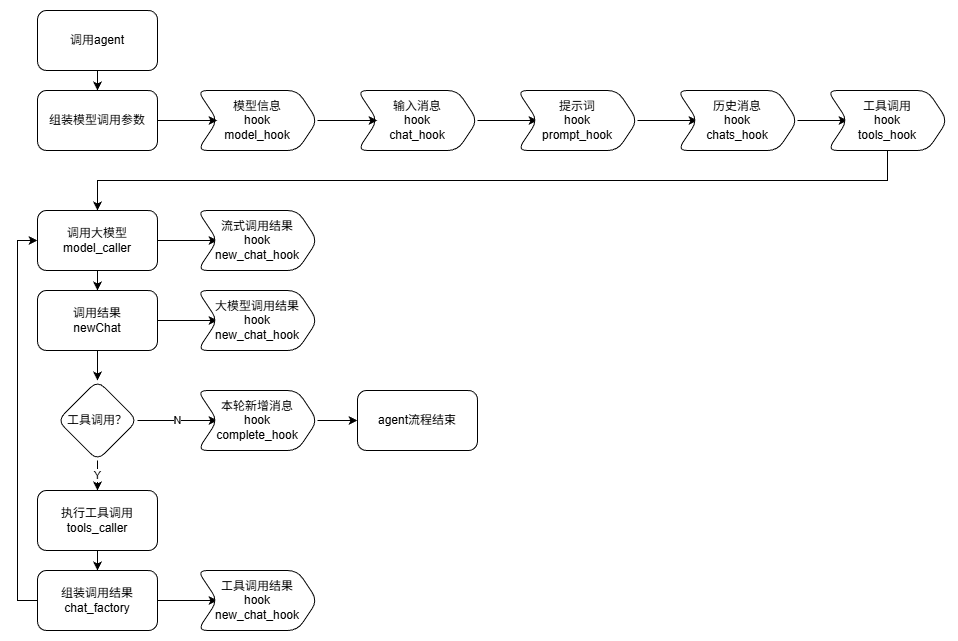
Before: docs/design/agent流程图.drawio.png, a diagram exported from draw.io (PuTongGithub/genban-server). Source tidied: cells renumbered, new cells last; positions are measured from the earlier drawing's top-left corner, leaving out a move shared by most shapes.
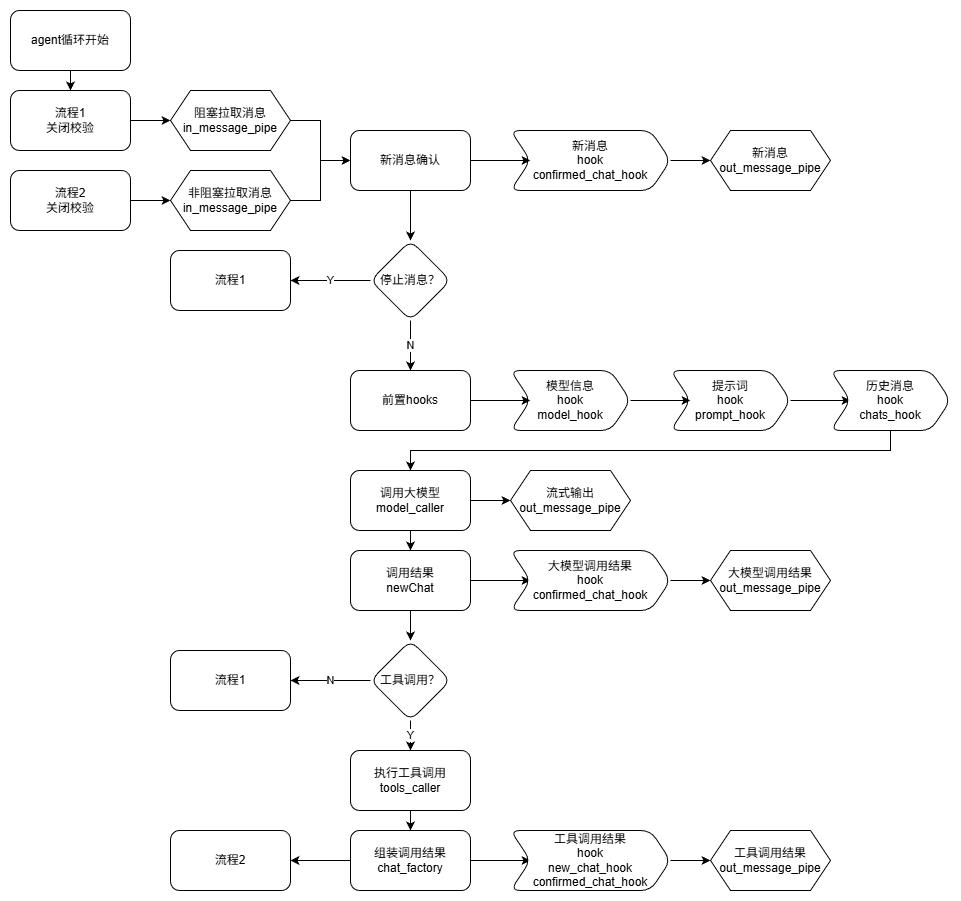
Above is the later version.

What changed in the source:
```diff
@@ -2,48 +2,33 @@
   <root>
     <mxCell id="0" />
     <mxCell id="1" parent="0" />
-    <mxCell id="2" style="edgeStyle=orthogonalEdgeStyle;rounded=0;jettySize=auto;html=1;" parent="1" edge="1" source="3" target="5">
-      <mxGeometry relative="1" as="geometry" />
-    </mxCell>
-    <mxCell id="3" value="&lt;div&gt;输入消息&lt;/div&gt;hook&lt;div&gt;chat_hook&lt;/div&gt;" style="shape=step;perimeter=stepPerimeter;whiteSpace=wrap;html=1;fixedSize=1;rounded=1;" parent="1" vertex="1">
-      <mxGeometry x="320" y="80" width="120" height="60" as="geometry" />
-    </mxCell>
     <mxCell id="4" style="edgeStyle=orthogonalEdgeStyle;rounded=0;jettySize=auto;html=1;" parent="1" edge="1" source="5" target="7">
       <mxGeometry relative="1" as="geometry" />
     </mxCell>
     <mxCell id="5" value="&lt;div&gt;提示词&lt;/div&gt;hook&lt;div&gt;prompt_hook&lt;/div&gt;" style="shape=step;perimeter=stepPerimeter;whiteSpace=wrap;html=1;fixedSize=1;rounded=1;" parent="1" vertex="1">
-      <mxGeometry x="480" y="80" width="120" height="60" as="geometry" />
+      <mxGeometry x="320" y="100" width="120" height="60" as="geometry" />
     </mxCell>
-    <mxCell id="6" style="edgeStyle=orthogonalEdgeStyle;rounded=0;jettySize=auto;html=1;exitX=1;exitY=0.5;exitDx=0;exitDy=0;entryX=0;entryY=0.5;entryDx=0;entryDy=0;" parent="1" edge="1" source="7" target="11">
-      <mxGeometry relative="1" as="geometry" />
-    </mxCell>
+    <mxCell id="36" style="edgeStyle=orthogonalEdgeStyle;rounded=0;jettySize=auto;html=1;exitX=0.5;exitY=1;exitDx=0;exitDy=0;entryX=0.5;entryY=0;entryDx=0;entryDy=0;" parent="1" edge="1" source="7" target="14">
+      <mxGeometry relative="1" as="geometry" />
+    </mxCell>
     <mxCell id="7" value="&lt;div&gt;历史消息&lt;/div&gt;hook&lt;div&gt;chats_hook&lt;/div&gt;" style="shape=step;perimeter=stepPerimeter;whiteSpace=wrap;html=1;fixedSize=1;rounded=1;" parent="1" vertex="1">
-      <mxGeometry x="640" y="80" width="120" height="60" as="geometry" />
+      <mxGeometry x="480" y="100" width="120" height="60" as="geometry" />
     </mxCell>
-    <mxCell id="8" style="edgeStyle=orthogonalEdgeStyle;rounded=0;jettySize=auto;html=1;exitX=1;exitY=0.5;exitDx=0;exitDy=0;entryX=0;entryY=0.5;entryDx=0;entryDy=0;" parent="1" edge="1" source="9" target="3">
-      <mxGeometry relative="1" as="geometry" />
-    </mxCell>
+    <mxCell id="37" style="edgeStyle=orthogonalEdgeStyle;rounded=0;jettySize=auto;html=1;exitX=1;exitY=0.5;exitDx=0;exitDy=0;entryX=0;entryY=0.5;entryDx=0;entryDy=0;" parent="1" edge="1" source="9" target="5">
+      <mxGeometry relative="1" as="geometry" />
+    </mxCell>
     <mxCell id="9" value="&lt;div&gt;模型信息&lt;/div&gt;hook&lt;div&gt;model_hook&lt;/div&gt;" style="shape=step;perimeter=stepPerimeter;whiteSpace=wrap;html=1;fixedSize=1;rounded=1;" parent="1" vertex="1">
-      <mxGeometry x="160" y="80" width="120" height="60" as="geometry" />
+      <mxGeometry x="160" y="100" width="120" height="60" as="geometry" />
     </mxCell>
-    <mxCell id="10" style="edgeStyle=orthogonalEdgeStyle;rounded=0;jettySize=auto;html=1;exitX=0.5;exitY=1;exitDx=0;exitDy=0;entryX=0.5;entryY=0;entryDx=0;entryDy=0;" parent="1" edge="1" source="11" target="14">
-      <mxGeometry relative="1" as="geometry" />
-    </mxCell>
-    <mxCell id="11" value="&lt;div&gt;工具调用&lt;/div&gt;hook&lt;div&gt;tools_hook&lt;/div&gt;" style="shape=step;perimeter=stepPerimeter;whiteSpace=wrap;html=1;fixedSize=1;rounded=1;" parent="1" vertex="1">
-      <mxGeometry x="790" y="80" width="120" height="60" as="geometry" />
-    </mxCell>
     <mxCell id="12" style="edgeStyle=orthogonalEdgeStyle;rounded=0;jettySize=auto;html=1;exitX=0.5;exitY=1;exitDx=0;exitDy=0;entryX=0.5;entryY=0;entryDx=0;entryDy=0;" parent="1" edge="1" source="14" target="18">
       <mxGeometry relative="1" as="geometry" />
     </mxCell>
-    <mxCell id="13" style="edgeStyle=orthogonalEdgeStyle;rounded=0;jettySize=auto;html=1;exitX=1;exitY=0.5;exitDx=0;exitDy=0;entryX=0;entryY=0.5;entryDx=0;entryDy=0;" parent="1" edge="1" source="14" target="15">
+    <mxCell id="13" style="edgeStyle=orthogonalEdgeStyle;rounded=0;jettySize=auto;html=1;exitX=1;exitY=0.5;exitDx=0;exitDy=0;entryX=0;entryY=0.5;entryDx=0;entryDy=0;" parent="1" edge="1" source="14" target="62">
       <mxGeometry relative="1" as="geometry" />
     </mxCell>
     <mxCell id="14" value="调用大模型&lt;div&gt;model_caller&lt;/div&gt;" style="whiteSpace=wrap;html=1;rounded=1;" parent="1" vertex="1">
       <mxGeometry y="200" width="120" height="60" as="geometry" />
     </mxCell>
-    <mxCell id="15" value="&lt;div&gt;&lt;span style=&quot;background-color: transparent; color: light-dark(rgb(0, 0, 0), rgb(255, 255, 255));&quot;&gt;流式调用结果&lt;/span&gt;&lt;/div&gt;&lt;div&gt;&lt;span style=&quot;background-color: transparent; color: light-dark(rgb(0, 0, 0), rgb(255, 255, 255));&quot;&gt;hook&lt;/span&gt;&lt;/div&gt;&lt;div&gt;new_chat_hook&lt;/div&gt;" style="shape=step;perimeter=stepPerimeter;whiteSpace=wrap;html=1;fixedSize=1;rounded=1;" parent="1" vertex="1">
-      <mxGeometry x="160" y="200" width="120" height="60" as="geometry" />
-    </mxCell>
     <mxCell id="16" style="edgeStyle=orthogonalEdgeStyle;rounded=0;jettySize=auto;html=1;exitX=1;exitY=0.5;exitDx=0;exitDy=0;entryX=0;entryY=0.5;entryDx=0;entryDy=0;" parent="1" edge="1" source="18" target="19">
       <mxGeometry relative="1" as="geometry" />
     </mxCell>
@@ -53,20 +38,28 @@
     <mxCell id="18" value="调用结果&lt;div&gt;newChat&lt;/div&gt;" style="whiteSpace=wrap;html=1;rounded=1;" parent="1" vertex="1">
       <mxGeometry y="280" width="120" height="60" as="geometry" />
     </mxCell>
+    <mxCell id="38" style="edgeStyle=orthogonalEdgeStyle;rounded=0;jettySize=auto;html=1;exitX=1;exitY=0.5;exitDx=0;exitDy=0;entryX=0;entryY=0.5;entryDx=0;entryDy=0;" parent="1" edge="1" source="19" target="63">
+      <mxGeometry relative="1" as="geometry" />
+    </mxCell>
-    <mxCell id="19" value="&lt;div&gt;大模型调用结果&lt;/div&gt;hook&lt;div&gt;new_chat_hook&lt;/div&gt;" style="shape=step;perimeter=stepPerimeter;whiteSpace=wrap;html=1;fixedSize=1;rounded=1;" parent="1" vertex="1">
-      <mxGeometry x="160" y="280" width="120" height="60" as="geometry" />
+    <mxCell id="19" value="&lt;div&gt;大模型调用结果&lt;/div&gt;hook&lt;div&gt;confirmed_chat_hook&lt;/div&gt;" style="shape=step;perimeter=stepPerimeter;whiteSpace=wrap;html=1;fixedSize=1;rounded=1;" parent="1" vertex="1">
+      <mxGeometry x="160" y="280" width="160" height="60" as="geometry" />
     </mxCell>
-    <mxCell id="20" value="N" style="edgeStyle=orthogonalEdgeStyle;rounded=0;jettySize=auto;html=1;entryX=0;entryY=0.5;entryDx=0;entryDy=0;" parent="1" edge="1" source="22" target="35">
-      <mxGeometry relative="1" as="geometry" />
-    </mxCell>
     <mxCell id="21" value="Y" style="edgeStyle=orthogonalEdgeStyle;rounded=0;jettySize=auto;html=1;exitX=0.5;exitY=1;exitDx=0;exitDy=0;entryX=0.5;entryY=0;entryDx=0;entryDy=0;" parent="1" edge="1" source="22" target="25">
       <mxGeometry relative="1" as="geometry" />
     </mxCell>
+    <mxCell id="39" value="N" style="edgeStyle=orthogonalEdgeStyle;rounded=0;jettySize=auto;html=1;exitX=0;exitY=0.5;exitDx=0;exitDy=0;entryX=1;entryY=0.5;entryDx=0;entryDy=0;" parent="1" edge="1" source="22" target="23">
+      <mxGeometry relative="1" as="geometry">
+        <Array as="points">
+          <mxPoint x="-10" y="410" />
+          <mxPoint x="-10" y="410" />
+        </Array>
+      </mxGeometry>
+    </mxCell>
     <mxCell id="22" value="工具调用？" style="rhombus;whiteSpace=wrap;html=1;rounded=1;" parent="1" vertex="1">
       <mxGeometry x="20" y="370" width="80" height="80" as="geometry" />
     </mxCell>
-    <mxCell id="23" value="agent流程结束" style="whiteSpace=wrap;html=1;rounded=1;" parent="1" vertex="1">
-      <mxGeometry x="320" y="380" width="120" height="60" as="geometry" />
+    <mxCell id="23" value="流程1" style="whiteSpace=wrap;html=1;rounded=1;" parent="1" vertex="1">
+      <mxGeometry x="-180" y="380" width="120" height="60" as="geometry" />
     </mxCell>
     <mxCell id="24" style="edgeStyle=orthogonalEdgeStyle;rounded=0;jettySize=auto;html=1;exitX=0.5;exitY=1;exitDx=0;exitDy=0;entryX=0.5;entryY=0;entryDx=0;entryDy=0;" parent="1" edge="1" source="25" target="28">
       <mxGeometry relative="1" as="geometry" />
@@ -77,32 +70,95 @@
     <mxCell id="26" style="edgeStyle=orthogonalEdgeStyle;rounded=0;jettySize=auto;html=1;exitX=1;exitY=0.5;exitDx=0;exitDy=0;entryX=0;entryY=0.5;entryDx=0;entryDy=0;" parent="1" edge="1" source="28" target="31">
       <mxGeometry relative="1" as="geometry" />
     </mxCell>
-    <mxCell id="27" style="edgeStyle=orthogonalEdgeStyle;rounded=0;jettySize=auto;html=1;exitX=0;exitY=0.5;exitDx=0;exitDy=0;entryX=0;entryY=0.5;entryDx=0;entryDy=0;" parent="1" edge="1" source="28" target="14">
-      <mxGeometry relative="1" as="geometry" />
-    </mxCell>
+    <mxCell id="40" style="edgeStyle=orthogonalEdgeStyle;rounded=0;jettySize=auto;html=1;exitX=0;exitY=0.5;exitDx=0;exitDy=0;entryX=1;entryY=0.5;entryDx=0;entryDy=0;" parent="1" edge="1" source="28" target="55">
+      <mxGeometry relative="1" as="geometry" />
+    </mxCell>
     <mxCell id="28" value="组装调用结果&lt;div&gt;chat_factory&lt;/div&gt;" style="whiteSpace=wrap;html=1;rounded=1;" parent="1" vertex="1">
       <mxGeometry y="560" width="120" height="60" as="geometry" />
     </mxCell>
-    <mxCell id="29" style="edgeStyle=orthogonalEdgeStyle;rounded=0;jettySize=auto;html=1;" parent="1" edge="1" source="30" target="33">
-      <mxGeometry relative="1" as="geometry" />
-    </mxCell>
+    <mxCell id="41" style="edgeStyle=orthogonalEdgeStyle;rounded=0;jettySize=auto;html=1;exitX=0.5;exitY=1;exitDx=0;exitDy=0;entryX=0.5;entryY=0;entryDx=0;entryDy=0;" parent="1" edge="1" source="30" target="45">
+      <mxGeometry relative="1" as="geometry" />
+    </mxCell>
-    <mxCell id="30" value="调用agent" style="rounded=1;whiteSpace=wrap;html=1;" parent="1" vertex="1">
-      <mxGeometry width="120" height="60" as="geometry" />
+    <mxCell id="30" value="agent循环开始" style="rounded=1;whiteSpace=wrap;html=1;" parent="1" vertex="1">
+      <mxGeometry x="-340" y="-260" width="120" height="60" as="geometry" />
     </mxCell>
+    <mxCell id="42" style="edgeStyle=orthogonalEdgeStyle;rounded=0;jettySize=auto;html=1;exitX=1;exitY=0.5;exitDx=0;exitDy=0;entryX=0;entryY=0.5;entryDx=0;entryDy=0;" parent="1" edge="1" source="31" target="64">
+      <mxGeometry relative="1" as="geometry" />
+    </mxCell>
-    <mxCell id="31" value="&lt;div&gt;工具调用结果&lt;/div&gt;hook&lt;div&gt;new_chat_hook&lt;/div&gt;" style="shape=step;perimeter=stepPerimeter;whiteSpace=wrap;html=1;fixedSize=1;rounded=1;" parent="1" vertex="1">
-      <mxGeometry x="160" y="560" width="120" height="60" as="geometry" />
+    <mxCell id="31" value="&lt;div&gt;工具调用结果&lt;/div&gt;hook&lt;div&gt;new_chat_hook&lt;/div&gt;&lt;div&gt;confirmed_chat_hook&lt;/div&gt;" style="shape=step;perimeter=stepPerimeter;whiteSpace=wrap;html=1;fixedSize=1;rounded=1;" parent="1" vertex="1">
+      <mxGeometry x="160" y="560" width="160" height="60" as="geometry" />
     </mxCell>
     <mxCell id="32" style="edgeStyle=orthogonalEdgeStyle;rounded=0;jettySize=auto;html=1;exitX=1;exitY=0.5;exitDx=0;exitDy=0;entryX=0;entryY=0.5;entryDx=0;entryDy=0;" parent="1" edge="1" source="33" target="9">
       <mxGeometry relative="1" as="geometry" />
     </mxCell>
-    <mxCell id="33" value="组装模型调用参数" style="rounded=1;whiteSpace=wrap;html=1;" parent="1" vertex="1">
-      <mxGeometry y="80" width="120" height="60" as="geometry" />
+    <mxCell id="33" value="前置hooks" style="rounded=1;whiteSpace=wrap;html=1;" parent="1" vertex="1">
+      <mxGeometry y="100" width="120" height="60" as="geometry" />
     </mxCell>
-    <mxCell id="34" style="edgeStyle=orthogonalEdgeStyle;rounded=0;jettySize=auto;html=1;exitX=1;exitY=0.5;exitDx=0;exitDy=0;entryX=0;entryY=0.5;entryDx=0;entryDy=0;" parent="1" edge="1" source="35" target="23">
-      <mxGeometry relative="1" as="geometry" />
-    </mxCell>
-    <mxCell id="35" value="&lt;div&gt;本轮新增消息&lt;/div&gt;hook&lt;div&gt;complete_hook&lt;/div&gt;" style="shape=step;perimeter=stepPerimeter;whiteSpace=wrap;html=1;fixedSize=1;rounded=1;" parent="1" vertex="1">
-      <mxGeometry x="160" y="380" width="120" height="60" as="geometry" />
-    </mxCell>
+    <mxCell id="43" style="edgeStyle=orthogonalEdgeStyle;rounded=0;jettySize=auto;html=1;exitX=1;exitY=0.5;exitDx=0;exitDy=0;entryX=0;entryY=0.5;entryDx=0;entryDy=0;" parent="1" edge="1" source="60" target="59">
+      <mxGeometry relative="1" as="geometry" />
+    </mxCell>
+    <mxCell id="44" style="edgeStyle=orthogonalEdgeStyle;rounded=0;jettySize=auto;html=1;exitX=1;exitY=0.5;exitDx=0;exitDy=0;entryX=0;entryY=0.5;entryDx=0;entryDy=0;" parent="1" edge="1" source="45" target="60">
+      <mxGeometry relative="1" as="geometry" />
+    </mxCell>
+    <mxCell id="45" value="流程1&lt;div&gt;关闭校验&lt;/div&gt;" style="rounded=1;whiteSpace=wrap;html=1;" parent="1" vertex="1">
+      <mxGeometry x="-340" y="-180" width="120" height="60" as="geometry" />
+    </mxCell>
+    <mxCell id="46" style="edgeStyle=orthogonalEdgeStyle;rounded=0;jettySize=auto;html=1;exitX=1;exitY=0.5;exitDx=0;exitDy=0;entryX=0;entryY=0.5;entryDx=0;entryDy=0;" parent="1" edge="1" source="47" target="56">
+      <mxGeometry relative="1" as="geometry" />
+    </mxCell>
+    <mxCell id="47" value="&lt;div&gt;&lt;span style=&quot;background-color: transparent; color: light-dark(rgb(0, 0, 0), rgb(255, 255, 255));&quot;&gt;新消息&lt;/span&gt;&lt;/div&gt;&lt;div&gt;&lt;span style=&quot;background-color: transparent; color: light-dark(rgb(0, 0, 0), rgb(255, 255, 255));&quot;&gt;hook&lt;/span&gt;&lt;/div&gt;&lt;div&gt;confirmed_chat_hook&lt;/div&gt;" style="shape=step;perimeter=stepPerimeter;whiteSpace=wrap;html=1;fixedSize=1;rounded=1;" parent="1" vertex="1">
+      <mxGeometry x="160" y="-140" width="160" height="60" as="geometry" />
+    </mxCell>
+    <mxCell id="48" style="edgeStyle=orthogonalEdgeStyle;rounded=0;jettySize=auto;html=1;exitX=1;exitY=0.5;exitDx=0;exitDy=0;entryX=0;entryY=0.5;entryDx=0;entryDy=0;" parent="1" edge="1" source="61" target="59">
+      <mxGeometry relative="1" as="geometry" />
+    </mxCell>
+    <mxCell id="49" style="edgeStyle=orthogonalEdgeStyle;rounded=0;jettySize=auto;html=1;exitX=1;exitY=0.5;exitDx=0;exitDy=0;entryX=0;entryY=0.5;entryDx=0;entryDy=0;entryPerimeter=0;" parent="1" edge="1" source="50" target="61">
+      <mxGeometry relative="1" as="geometry" />
+    </mxCell>
+    <mxCell id="50" value="&lt;div&gt;流程2&lt;/div&gt;关闭校验" style="rounded=1;whiteSpace=wrap;html=1;" parent="1" vertex="1">
+      <mxGeometry x="-340" y="-100" width="120" height="60" as="geometry" />
+    </mxCell>
+    <mxCell id="51" value="N" style="edgeStyle=orthogonalEdgeStyle;rounded=0;jettySize=auto;html=1;exitX=0.5;exitY=1;exitDx=0;exitDy=0;entryX=0.5;entryY=0;entryDx=0;entryDy=0;" parent="1" edge="1" source="53" target="33">
+      <mxGeometry relative="1" as="geometry" />
+    </mxCell>
+    <mxCell id="52" value="Y" style="edgeStyle=orthogonalEdgeStyle;rounded=0;jettySize=auto;html=1;exitX=0;exitY=0.5;exitDx=0;exitDy=0;entryX=1;entryY=0.5;entryDx=0;entryDy=0;" parent="1" edge="1" source="53" target="54">
+      <mxGeometry relative="1" as="geometry" />
+    </mxCell>
+    <mxCell id="53" value="停止消息？" style="rhombus;whiteSpace=wrap;html=1;rounded=1;" parent="1" vertex="1">
+      <mxGeometry x="20" y="-30" width="80" height="80" as="geometry" />
+    </mxCell>
+    <mxCell id="54" value="流程1" style="rounded=1;whiteSpace=wrap;html=1;" parent="1" vertex="1">
+      <mxGeometry x="-180" y="-20" width="120" height="60" as="geometry" />
+    </mxCell>
+    <mxCell id="55" value="流程2" style="whiteSpace=wrap;html=1;rounded=1;" parent="1" vertex="1">
+      <mxGeometry x="-180" y="560" width="120" height="60" as="geometry" />
+    </mxCell>
+    <mxCell id="56" value="&lt;div&gt;新消息&lt;/div&gt;out_message_pipe" style="shape=hexagon;perimeter=hexagonPerimeter2;whiteSpace=wrap;html=1;fixedSize=1;" parent="1" vertex="1">
+      <mxGeometry x="360" y="-140" width="120" height="60" as="geometry" />
+    </mxCell>
+    <mxCell id="57" style="edgeStyle=orthogonalEdgeStyle;rounded=0;jettySize=auto;html=1;exitX=0.5;exitY=1;exitDx=0;exitDy=0;entryX=0.5;entryY=0;entryDx=0;entryDy=0;" parent="1" edge="1" source="59" target="53">
+      <mxGeometry relative="1" as="geometry" />
+    </mxCell>
+    <mxCell id="58" style="edgeStyle=orthogonalEdgeStyle;rounded=0;jettySize=auto;html=1;exitX=1;exitY=0.5;exitDx=0;exitDy=0;entryX=0;entryY=0.5;entryDx=0;entryDy=0;" parent="1" edge="1" source="59" target="47">
+      <mxGeometry relative="1" as="geometry" />
+    </mxCell>
+    <mxCell id="59" value="新消息确认" style="rounded=1;whiteSpace=wrap;html=1;" parent="1" vertex="1">
+      <mxGeometry y="-140" width="120" height="60" as="geometry" />
+    </mxCell>
+    <mxCell id="60" value="&lt;div&gt;阻塞拉取消息&lt;/div&gt;in_message_pipe" style="shape=hexagon;perimeter=hexagonPerimeter2;whiteSpace=wrap;html=1;fixedSize=1;" parent="1" vertex="1">
+      <mxGeometry x="-180" y="-180" width="120" height="60" as="geometry" />
+    </mxCell>
+    <mxCell id="61" value="&lt;div&gt;非阻塞拉取消息&lt;/div&gt;in_message_pipe" style="shape=hexagon;perimeter=hexagonPerimeter2;whiteSpace=wrap;html=1;fixedSize=1;" parent="1" vertex="1">
+      <mxGeometry x="-180" y="-100" width="120" height="60" as="geometry" />
+    </mxCell>
+    <mxCell id="62" value="&lt;div&gt;流式输出&lt;/div&gt;out_message_pipe" style="shape=hexagon;perimeter=hexagonPerimeter2;whiteSpace=wrap;html=1;fixedSize=1;" parent="1" vertex="1">
+      <mxGeometry x="160" y="200" width="120" height="60" as="geometry" />
+    </mxCell>
+    <mxCell id="63" value="&lt;div&gt;大模型调用结果&lt;/div&gt;out_message_pipe" style="shape=hexagon;perimeter=hexagonPerimeter2;whiteSpace=wrap;html=1;fixedSize=1;" parent="1" vertex="1">
+      <mxGeometry x="360" y="280" width="120" height="60" as="geometry" />
+    </mxCell>
+    <mxCell id="64" value="&lt;div&gt;工具调用结果&lt;/div&gt;out_message_pipe" style="shape=hexagon;perimeter=hexagonPerimeter2;whiteSpace=wrap;html=1;fixedSize=1;" parent="1" vertex="1">
+      <mxGeometry x="360" y="560" width="120" height="60" as="geometry" />
+    </mxCell>
   </root>
 </mxGraphModel>
```
